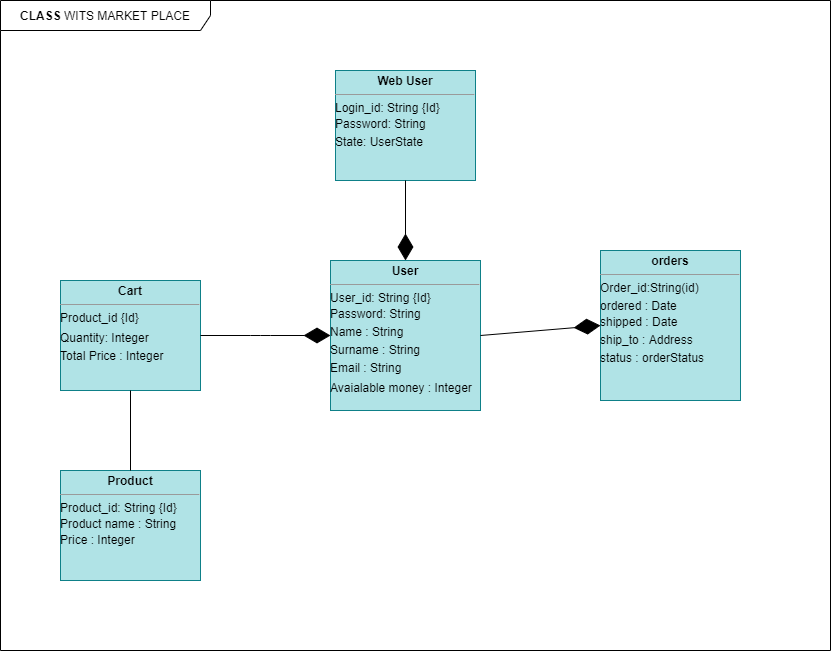
Earlier version of the draw.io export Logical view (class diagram).png (Sisonke77/Market-Place). Source tidied: cells renumbered, new cells last; positions are measured from the earlier drawing's top-left corner, leaving out a move shared by most shapes.
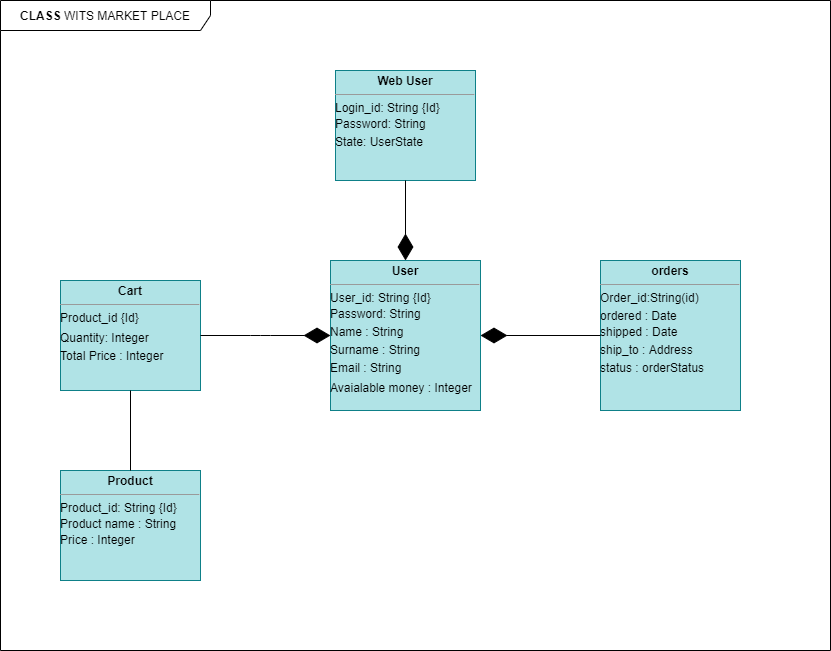
Later version of the same file.

The edit, as a diff of the source:
```diff
@@ -15,12 +15,12 @@
       <mxGeometry x="335" y="70" width="140" height="110" as="geometry" />
     </mxCell>
     <mxCell id="6" value="&lt;p style=&quot;margin: 0px ; margin-top: 4px ; text-align: center&quot;&gt;&lt;b&gt;orders&lt;/b&gt;&lt;/p&gt;&lt;hr size=&quot;1&quot;&gt;&lt;div style=&quot;height: 2px&quot;&gt;Order_id:String(id)&lt;/div&gt;&lt;div style=&quot;height: 2px&quot;&gt;&lt;br&gt;&lt;/div&gt;&lt;div style=&quot;height: 2px&quot;&gt;&lt;br&gt;&lt;/div&gt;&lt;div style=&quot;height: 2px&quot;&gt;&lt;br&gt;&lt;/div&gt;&lt;div style=&quot;height: 2px&quot;&gt;&lt;br&gt;&lt;/div&gt;&lt;div style=&quot;height: 2px&quot;&gt;&lt;br&gt;&lt;/div&gt;&lt;div style=&quot;height: 2px&quot;&gt;&lt;br&gt;&lt;/div&gt;&lt;div style=&quot;height: 2px&quot;&gt;&lt;br&gt;&lt;/div&gt;&lt;div style=&quot;height: 2px&quot;&gt;&lt;br&gt;&lt;/div&gt;&lt;div style=&quot;height: 2px&quot;&gt;ordered : Date&lt;/div&gt;&lt;div style=&quot;height: 2px&quot;&gt;&lt;br&gt;&lt;/div&gt;&lt;div style=&quot;height: 2px&quot;&gt;&lt;br&gt;&lt;/div&gt;&lt;div style=&quot;height: 2px&quot;&gt;&lt;br&gt;&lt;/div&gt;&lt;div style=&quot;height: 2px&quot;&gt;&lt;br&gt;&lt;/div&gt;&lt;div style=&quot;height: 2px&quot;&gt;&lt;br&gt;&lt;/div&gt;&lt;div style=&quot;height: 2px&quot;&gt;&lt;br&gt;&lt;/div&gt;&lt;div style=&quot;height: 2px&quot;&gt;&lt;br&gt;&lt;/div&gt;&lt;div style=&quot;height: 2px&quot;&gt;shipped : Date&lt;/div&gt;&lt;div style=&quot;height: 2px&quot;&gt;&lt;br&gt;&lt;/div&gt;&lt;div style=&quot;height: 2px&quot;&gt;&lt;br&gt;&lt;/div&gt;&lt;div style=&quot;height: 2px&quot;&gt;&lt;br&gt;&lt;/div&gt;&lt;div style=&quot;height: 2px&quot;&gt;&lt;br&gt;&lt;/div&gt;&lt;div style=&quot;height: 2px&quot;&gt;&lt;br&gt;&lt;/div&gt;&lt;div style=&quot;height: 2px&quot;&gt;&lt;br&gt;&lt;/div&gt;&lt;div style=&quot;height: 2px&quot;&gt;&lt;br&gt;&lt;/div&gt;&lt;div style=&quot;height: 2px&quot;&gt;&lt;br&gt;&lt;/div&gt;&lt;div style=&quot;height: 2px&quot;&gt;ship_to : Address&lt;/div&gt;&lt;div style=&quot;height: 2px&quot;&gt;&lt;br&gt;&lt;/div&gt;&lt;div style=&quot;height: 2px&quot;&gt;&lt;br&gt;&lt;/div&gt;&lt;div style=&quot;height: 2px&quot;&gt;&lt;br&gt;&lt;/div&gt;&lt;div style=&quot;height: 2px&quot;&gt;&lt;br&gt;&lt;/div&gt;&lt;div style=&quot;height: 2px&quot;&gt;&lt;br&gt;&lt;/div&gt;&lt;div style=&quot;height: 2px&quot;&gt;&lt;br&gt;&lt;/div&gt;&lt;div style=&quot;height: 2px&quot;&gt;&lt;br&gt;&lt;/div&gt;&lt;div style=&quot;height: 2px&quot;&gt;&lt;br&gt;&lt;/div&gt;&lt;div style=&quot;height: 2px&quot;&gt;status : orderStatus&lt;/div&gt;&lt;span style=&quot;color: rgba(0 , 0 , 0 , 0) ; font-family: monospace ; font-size: 0px&quot;&gt;%3CmxGraphModel%3E%3Croot%3E%3CmxCell%20id%3D%220%22%2F%3E%3CmxCell%20id%3D%221%22%20parent%3D%220%22%2F%3E%3CmxCell%20id%3D%222%22%20value%3D%22%26lt%3Bp%20style%3D%26quot%3Bmargin%3A0px%3Bmargin-top%3A4px%3Btext-align%3Acenter%3B%26quot%3B%26gt%3B%26lt%3Bb%26gt%3BClass%26lt%3B%2Fb%26gt%3B%26lt%3B%2Fp%26gt%3B%26lt%3Bhr%20size%3D%26quot%3B1%26quot%3B%2F%26gt%3B%26lt%3Bdiv%20style%3D%26quot%3Bheight%3A2px%3B%26quot%3B%26gt%3B%26lt%3B%2Fdiv%26gt%3B%22%20style%3D%22verticalAlign%3Dtop%3Balign%3Dleft%3Boverflow%3Dfill%3BfontSize%3D12%3BfontFamily%3DHelvetica%3Bhtml%3D1%3B%22%20vertex%3D%221%22%20parent%3D%221%22%3E%3CmxGeometry%20x%3D%22620%22%20y%3D%221140%22%20width%3D%22140%22%20height%3D%2260%22%20as%3D%22geometry%22%2F%3E%3C%2FmxCell%3E%3C%2Froot%3E%3C%2FmxGraphModel%3E&lt;/span&gt;" style="verticalAlign=top;align=left;overflow=fill;fontSize=12;fontFamily=Helvetica;html=1;fillColor=#b0e3e6;strokeColor=#0e8088;" parent="1" vertex="1">
-      <mxGeometry x="600" y="250" width="140" height="150" as="geometry" />
+      <mxGeometry x="600" y="260" width="140" height="150" as="geometry" />
     </mxCell>
     <mxCell id="7" value="&lt;p style=&quot;margin: 0px ; margin-top: 4px ; text-align: center&quot;&gt;&lt;b&gt;Cart&lt;/b&gt;&lt;/p&gt;&lt;hr size=&quot;1&quot;&gt;&lt;div style=&quot;height: 2px&quot;&gt;Product_id {Id}&lt;/div&gt;&lt;div style=&quot;height: 2px&quot;&gt;&lt;br&gt;&lt;/div&gt;&lt;div style=&quot;height: 2px&quot;&gt;&lt;br&gt;&lt;/div&gt;&lt;div style=&quot;height: 2px&quot;&gt;&lt;br&gt;&lt;/div&gt;&lt;div style=&quot;height: 2px&quot;&gt;&lt;br&gt;&lt;/div&gt;&lt;div style=&quot;height: 2px&quot;&gt;&lt;br&gt;&lt;/div&gt;&lt;div style=&quot;height: 2px&quot;&gt;&lt;br&gt;&lt;/div&gt;&lt;div style=&quot;height: 2px&quot;&gt;&lt;br&gt;&lt;/div&gt;&lt;div style=&quot;height: 2px&quot;&gt;&lt;br&gt;&lt;/div&gt;&lt;div style=&quot;height: 2px&quot;&gt;&lt;br&gt;&lt;/div&gt;&lt;div style=&quot;height: 2px&quot;&gt;Quantity: Integer&lt;/div&gt;&lt;div style=&quot;height: 2px&quot;&gt;&lt;br&gt;&lt;/div&gt;&lt;div style=&quot;height: 2px&quot;&gt;&lt;br&gt;&lt;/div&gt;&lt;div style=&quot;height: 2px&quot;&gt;&lt;br&gt;&lt;/div&gt;&lt;div style=&quot;height: 2px&quot;&gt;&lt;br&gt;&lt;/div&gt;&lt;div style=&quot;height: 2px&quot;&gt;&lt;br&gt;&lt;/div&gt;&lt;div style=&quot;height: 2px&quot;&gt;&lt;br&gt;&lt;/div&gt;&lt;div style=&quot;height: 2px&quot;&gt;&lt;br&gt;&lt;/div&gt;&lt;div style=&quot;height: 2px&quot;&gt;&lt;br&gt;&lt;/div&gt;&lt;div style=&quot;height: 2px&quot;&gt;Total Price : Integer&lt;/div&gt;&lt;span style=&quot;color: rgba(0 , 0 , 0 , 0) ; font-family: monospace ; font-size: 0px&quot;&gt;%3CmxGraphModel%3E%3Croot%3E%3CmxCell%20id%3D%220%22%2F%3E%3CmxCell%20id%3D%221%22%20parent%3D%220%22%2F%3E%3CmxCell%20id%3D%222%22%20value%3D%22%26lt%3Bp%20style%3D%26quot%3Bmargin%3A0px%3Bmargin-top%3A4px%3Btext-align%3Acenter%3B%26quot%3B%26gt%3B%26lt%3Bb%26gt%3BClass%26lt%3B%2Fb%26gt%3B%26lt%3B%2Fp%26gt%3B%26lt%3Bhr%20size%3D%26quot%3B1%26quot%3B%2F%26gt%3B%26lt%3Bdiv%20style%3D%26quot%3Bheight%3A2px%3B%26quot%3B%26gt%3B%26lt%3B%2Fdiv%26gt%3B%22%20style%3D%22verticalAlign%3Dtop%3Balign%3Dleft%3Boverflow%3Dfill%3BfontSize%3D12%3BfontFamily%3DHelvetica%3Bhtml%3D1%3B%22%20vertex%3D%221%22%20parent%3D%221%22%3E%3CmxGeometry%20x%3D%22620%22%20y%3D%221140%22%20width%3D%22140%22%20height%3D%2260%22%20as%3D%22geometry%22%2F%3E%3C%2FmxCell%3E%3C%2Froot%3E%3C%2FmxGraphModel%3E&lt;/span&gt;" style="verticalAlign=top;align=left;overflow=fill;fontSize=12;fontFamily=Helvetica;html=1;fillColor=#b0e3e6;strokeColor=#0e8088;" parent="1" vertex="1">
       <mxGeometry x="60" y="280" width="140" height="110" as="geometry" />
     </mxCell>
-    <mxCell id="8" style="endArrow=diamondThin;endFill=1;endSize=24;html=1;entryX=0;entryY=0.5;entryDx=0;entryDy=0;exitX=1;exitY=0.5;exitDx=0;exitDy=0;" parent="1" edge="1" source="3" target="6">
+    <mxCell id="8" style="endArrow=diamondThin;endFill=1;endSize=24;html=1;entryX=1;entryY=0.5;entryDx=0;entryDy=0;exitX=0;exitY=0.5;exitDx=0;exitDy=0;" parent="1" edge="1" source="6" target="3">
       <mxGeometry relative="1" as="geometry" />
     </mxCell>
     <mxCell id="9" style="endArrow=diamondThin;endFill=1;endSize=24;html=1;entryX=0;entryY=0.5;entryDx=0;entryDy=0;exitX=1;exitY=0.5;exitDx=0;exitDy=0;" parent="1" edge="1" source="7" target="3">
```
